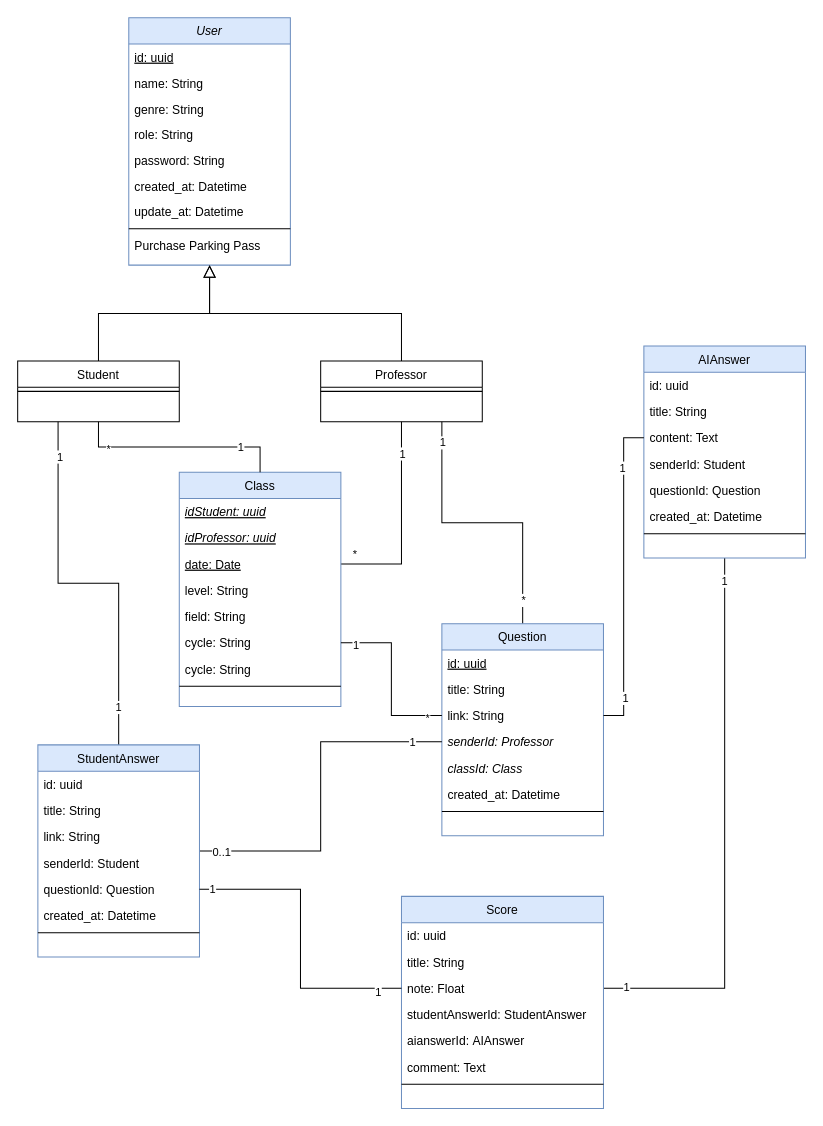
Earlier version of the draw.io diagram plateforme_de_correction(MI).drawio (SSDM2/ESP_DBEval). Source tidied: cells renumbered, new cells numbered last; positions are measured from the earlier drawing's top-left corner, leaving out a move shared by most shapes. Both pictures are drawn from the tidied source at 101%, with x=0, y=0 at pixel (17, 17).
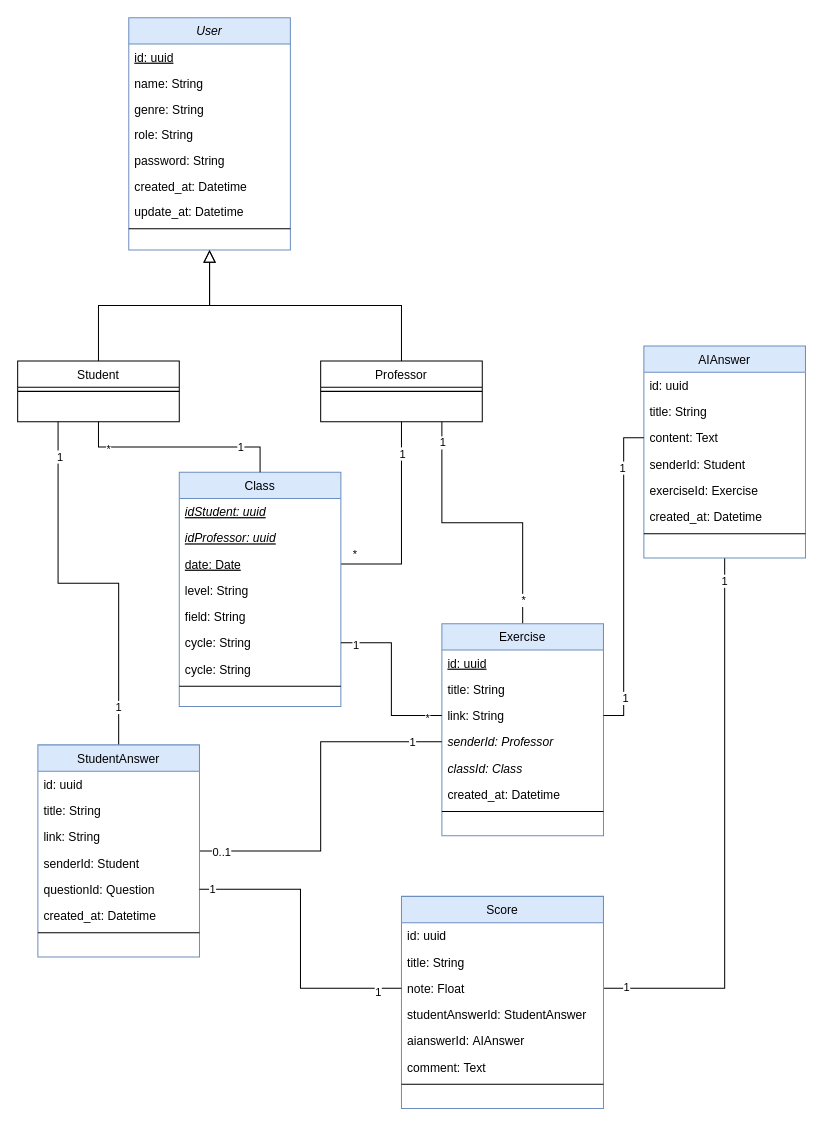
The same page after the edit.

Commit message:
Mettre à jour plateforme_de_correction(MI).drawio

The change refers to these unchanged cells:
```xml
<mxCell id="64" value="AIAnswer" style="swimlane;fontStyle=0;align=center;verticalAlign=top;horizontal=1;startSize=26;rounded=0;shadow=0;strokeWidth=1;fillColor=#dae8fc;strokeColor=#6c8ebf;" parent="1" vertex="1">
  <mxGeometry x="620" y="325" width="160" height="210" as="geometry" />
</mxCell>
```

Change to the diagram source:
```diff
@@
     <mxCell id="2" value="User" style="swimlane;fontStyle=2;align=center;verticalAlign=top;horizontal=1;startSize=26;rounded=0;shadow=0;strokeWidth=1;fillColor=#dae8fc;strokeColor=#6c8ebf;" parent="1" vertex="1">
-      <mxGeometry x="110" width="160" height="245" as="geometry" />
+      <mxGeometry x="110" width="160" height="230" as="geometry" />
     </mxCell>
@@
-    <mxCell id="11" value="Purchase Parking Pass" style="text;align=left;verticalAlign=top;spacingLeft=4;spacingRight=4;overflow=hidden;" parent="2" vertex="1">
-      <mxGeometry y="213" width="160" height="26" as="geometry" />
-    </mxCell>
@@
-    <mxCell id="36" value="Question" style="swimlane;fontStyle=0;align=center;verticalAlign=top;horizontal=1;startSize=26;rounded=0;shadow=0;strokeWidth=1;fillColor=#dae8fc;strokeColor=#6c8ebf;" parent="1" vertex="1">
+    <mxCell id="36" value="Exercise" style="swimlane;fontStyle=0;align=center;verticalAlign=top;horizontal=1;startSize=26;rounded=0;shadow=0;strokeWidth=1;fillColor=#dae8fc;strokeColor=#6c8ebf;" parent="1" vertex="1">
       <mxGeometry x="420" y="600" width="160" height="210" as="geometry" />
     </mxCell>
@@
-    <mxCell id="69" value="questionId: Question" style="text;align=left;verticalAlign=top;spacingLeft=4;spacingRight=4;overflow=hidden;rounded=0;shadow=0;html=0;" parent="64" vertex="1">
+    <mxCell id="69" value="exerciseId: Exercise" style="text;align=left;verticalAlign=top;spacingLeft=4;spacingRight=4;overflow=hidden;rounded=0;shadow=0;html=0;" parent="64" vertex="1">
       <mxGeometry y="130" width="160" height="26" as="geometry" />
     </mxCell>
```
